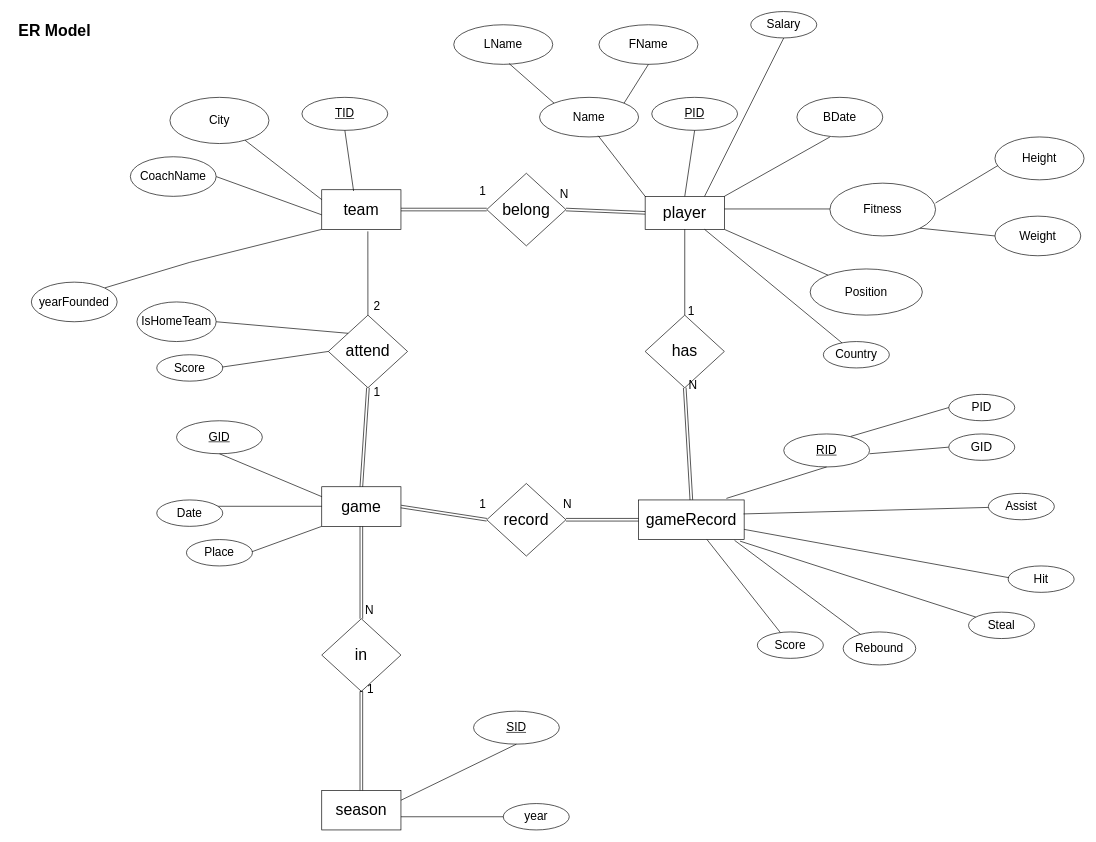
Before: diagrams/Entity-relationship model.drawio in Basketball-Competition-Dashboard/doc, a draw.io diagram. Source tidied: cells renumbered, new cells numbered last; positions are measured from the earlier drawing's top-left corner, leaving out a move shared by most shapes. Both pictures are drawn from the tidied source at 66%, with x=0, y=0 at pixel (11, 11).
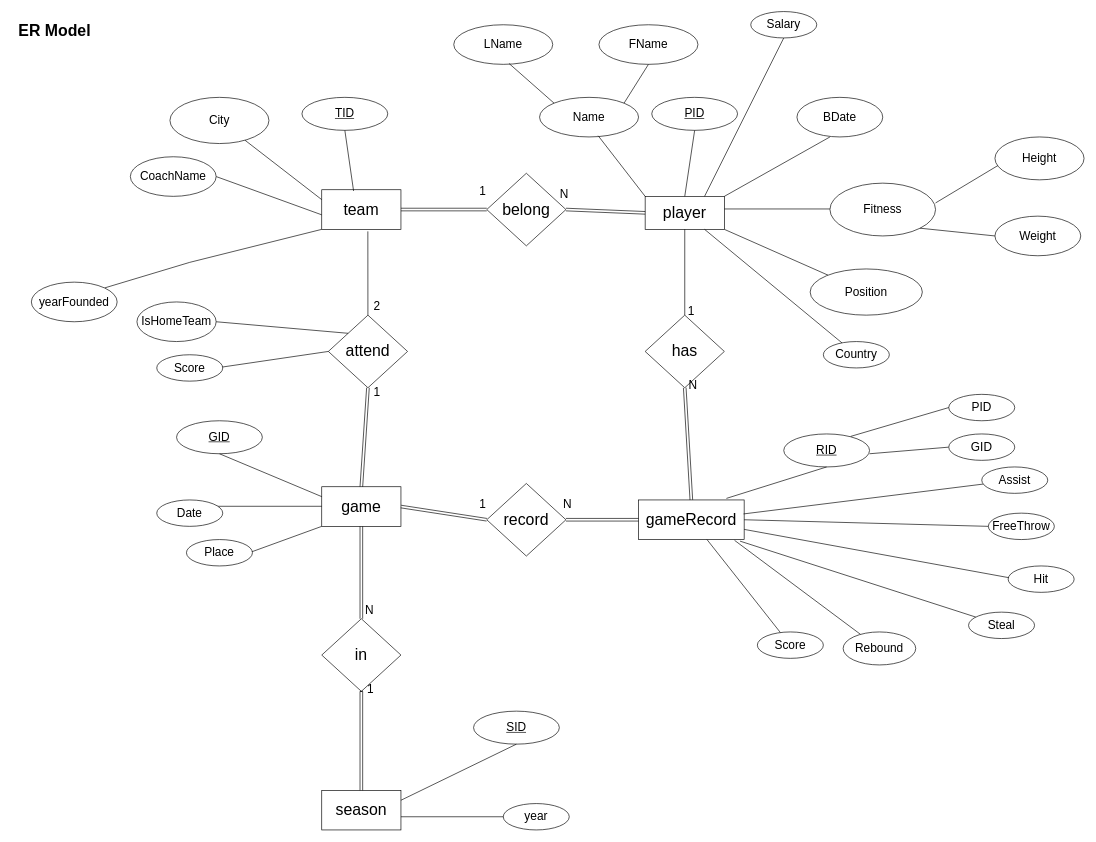
The same diagram, later.

Commit message (it also covers changes not shown here):
(feat): Add FreeThrow column in GameRecord table

Unchanged cells that the change refers to:
```xml
<mxCell id="6" value="&lt;font style=&quot;font-size: 24px;&quot;&gt;gameRecord&lt;/font&gt;" style="rounded=0;whiteSpace=wrap;html=1;" parent="1" vertex="1">
  <mxGeometry x="950" y="740" width="160" height="60" as="geometry" />
</mxCell>
```

What changed in the source:
```diff
@@
     <mxCell id="67" value="Assist" style="ellipse;whiteSpace=wrap;html=1;align=center;fontSize=18;" parent="1" vertex="1">
-      <mxGeometry x="1480" y="730" width="100" height="40" as="geometry" />
+      <mxGeometry x="1470" y="690" width="100" height="40" as="geometry" />
     </mxCell>
@@
+    <mxCell id="95" value="FreeThrow" style="ellipse;whiteSpace=wrap;html=1;align=center;fontSize=18;" parent="1" vertex="1">
+      <mxGeometry x="1480" y="760" width="100" height="40" as="geometry" />
+    </mxCell>
+    <mxCell id="96" style="endArrow=none;html=1;rounded=0;exitX=1;exitY=0.5;exitDx=0;exitDy=0;fontSize=18;entryX=0;entryY=0.5;entryDx=0;entryDy=0;" parent="1" edge="1" source="6" target="95">
+      <mxGeometry relative="1" as="geometry" />
+    </mxCell>
```
